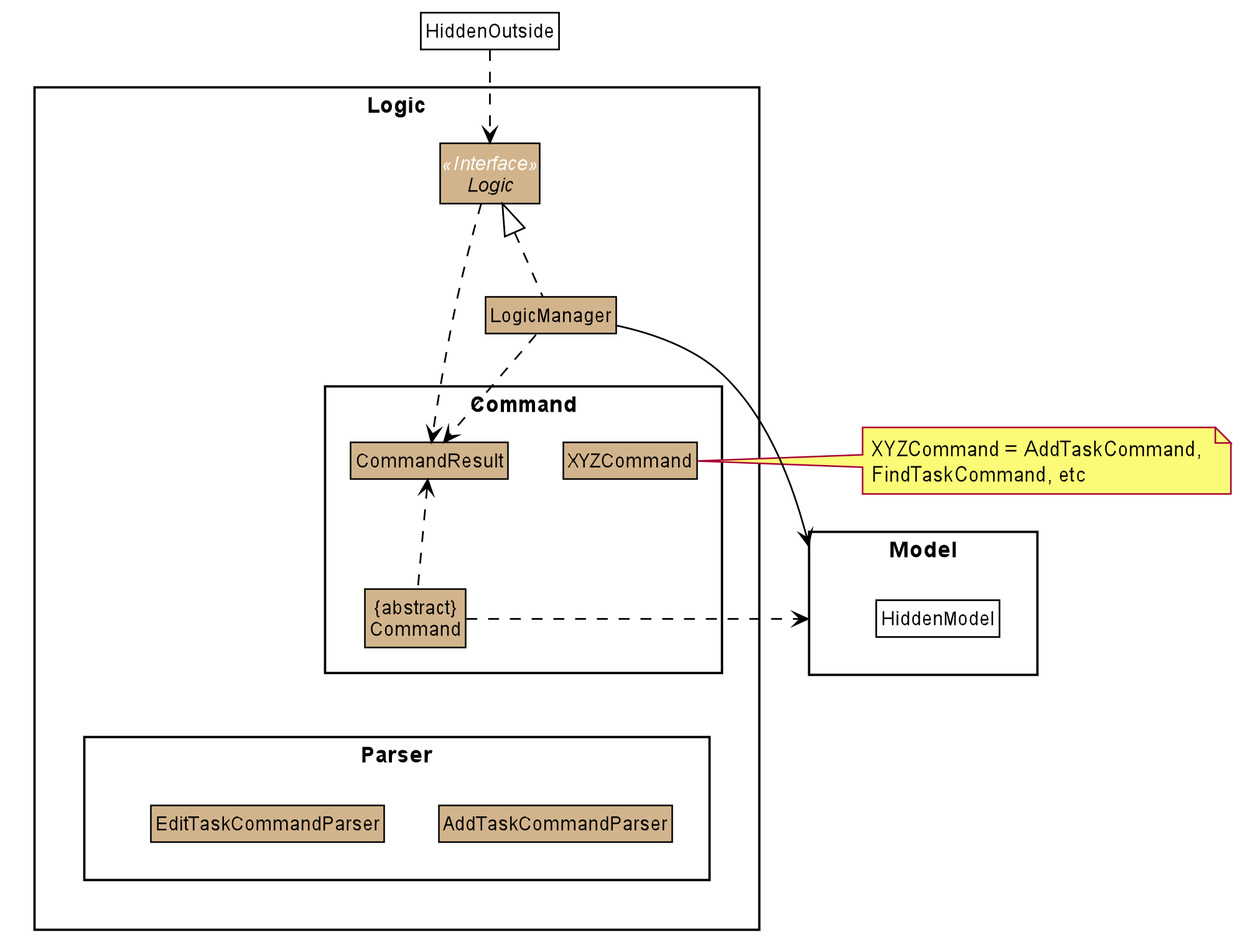
Before: docs/images/LogicClassDiagram.png, a diagram exported from PlantUML (wyt-sonia/main).
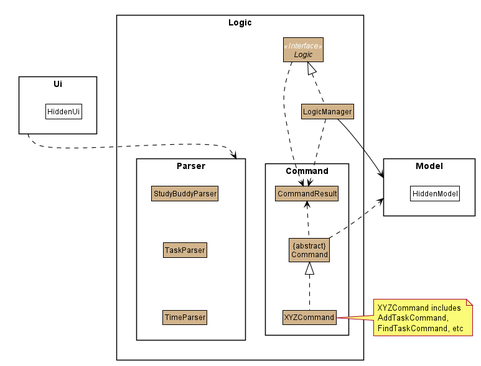
The same diagram one commit later.

Commit message:
update logic diagram

Change to the diagram source:
```diff
@@ -55,8 +55,9 @@
 package Logic {
 
 package Parser {
-Class AddTaskCommandParser
-Class EditTaskCommandParser
+Class TaskParser
+Class TimeParser
+Class StudyBuddyParser
 }
 
 package Command {
@@ -73,17 +74,36 @@
 Class HiddenModel #FFFFFF
 }
 
-Class HiddenOutside #FFFFFF
-HiddenOutside ..> Logic
 
+package Ui {
+Class HiddenUi #FFFFFF
+}
+
+Ui .up.>Parser
+
+Parser---[hidden]>XYZCommand
+
+note right of XYZCommand: XYZCommand includes \nAddTaskCommand, \nFindTaskCommand, etc
+
+Command .right.> Model
+LogicManager -down-> Model
+
+Model.[hidden].> LogicManager
+
+TaskParser -[hidden]-> TimeParser
+StudyBuddyParser -[hidden]-> TaskParser
+
+XYZCommand .up.|> Command
 LogicManager .up.|> Logic
 
-LogicManager --> Model
-Command .right.> Model
-note right of XYZCommand: XYZCommand = AddTaskCommand, \nFindTaskCommand, etc
+
 
 Logic ..> CommandResult
 LogicManager .down.> CommandResult
 Command .up.> CommandResult
-CommandResult --[hidden]-> Parser
+
+
+
+
+
 @enduml
```
